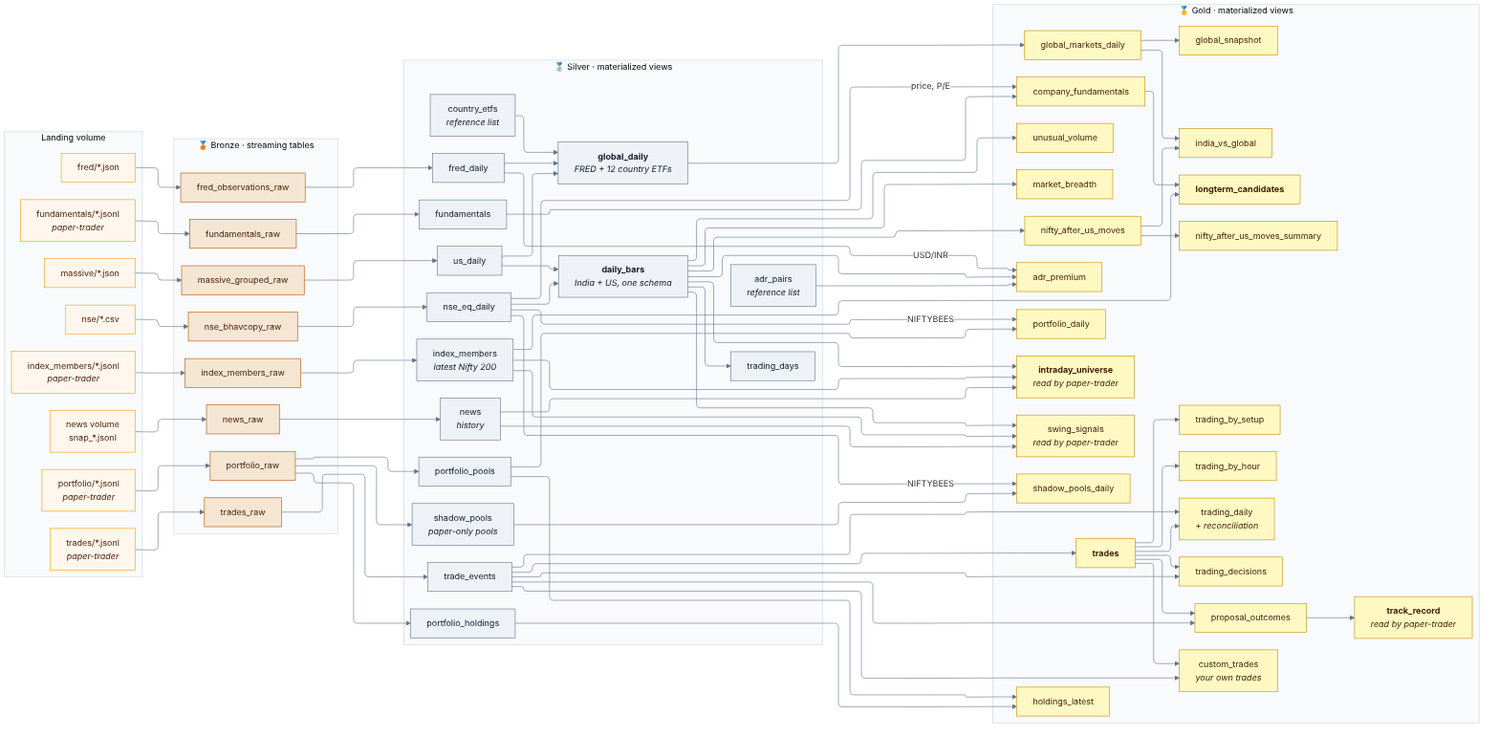
Above: docs/diagrams/03_lineage.png in bumblebee26/stocks_lakehouse (Mermaid), before the change. Its source is kept beside it as docs/diagrams/03_lineage.mmd. Source of this version:
```mermaid
---
config:
  layout: elk
  elk:
    mergeEdges: false
    nodePlacementStrategy: NETWORK_SIMPLEX
---
flowchart LR
    subgraph LAND["Landing volume"]
        direction TB
        LN["nse/*.csv"]
        LM["massive/*.json"]
        LF["fred/*.json"]
        LT["trades/*.jsonl<br/><i>paper-trader</i>"]
        LP["portfolio/*.jsonl<br/><i>paper-trader</i>"]
        LU["fundamentals/*.jsonl<br/><i>paper-trader</i>"]
        LI["index_members/*.jsonl<br/><i>paper-trader</i>"]
        LW["news volume<br/>snap_*.jsonl"]
    end

    subgraph B["🥉 Bronze · streaming tables"]
        direction TB
        B1["nse_bhavcopy_raw"]
        B2["massive_grouped_raw"]
        B3["fred_observations_raw"]
        B4["trades_raw"]
        B5["portfolio_raw"]
        B6["fundamentals_raw"]
        B7["index_members_raw"]
        B8["news_raw"]
    end

    subgraph S["🥈 Silver · materialized views"]
        direction TB
        S1["nse_eq_daily"]
        S2["us_daily"]
        S3["<b>daily_bars</b><br/><i>India + US, one schema</i>"]
        S4["trading_days"]
        S5["fred_daily"]
        S6["<b>global_daily</b><br/><i>FRED + 12 country ETFs</i>"]
        S7["trade_events"]
        S8["portfolio_pools"]
        S9["portfolio_holdings"]
        S10["fundamentals"]
        S11["index_members<br/><i>latest Nifty 200</i>"]
        S12["news<br/><i>history</i>"]
        S13["country_etfs<br/><i>reference list</i>"]
        S14["adr_pairs<br/><i>reference list</i>"]
        S15["shadow_pools<br/><i>paper-only pools</i>"]
    end

    subgraph G["🥇 Gold · materialized views"]
        direction TB
        G1["unusual_volume"]
        G2["market_breadth"]
        G3["nifty_after_us_moves"]
        G4["nifty_after_us_moves_summary"]
        G5["adr_premium"]
        G6["global_markets_daily"]
        G7["global_snapshot"]
        G8["india_vs_global"]
        G9["<b>trades</b>"]
        G10["trading_daily<br/><i>+ reconciliation</i>"]
        G11["trading_by_setup"]
        G12["trading_by_hour"]
        G13["trading_decisions"]
        G14["portfolio_daily"]
        G15["holdings_latest"]
        G16["company_fundamentals"]
        G17["<b>longterm_candidates</b>"]
        G18["proposal_outcomes"]
        G19["<b>track_record</b><br/><i>read by paper-trader</i>"]
        G20["custom_trades<br/><i>your own trades</i>"]
        G21["<b>intraday_universe</b><br/><i>read by paper-trader</i>"]
        G22["swing_signals<br/><i>read by paper-trader</i>"]
        G23["shadow_pools_daily"]
    end

    LN --> B1 --> S1 --> S3
    LM --> B2 --> S2 --> S3
    LF --> B3 --> S5 --> S6
    S2 --> S6
    S13 --> S6
    S3 --> S4
    S3 --> G1
    S3 --> G2
    S3 --> G3 --> G4
    S3 --> G5
    S14 --> G5
    S5 -- "USD/INR" --> G5
    S6 --> G6 --> G7
    G6 --> G8
    G3 --> G8
    LT --> B4 --> S7 --> G9
    G9 --> G10
    S7 --> G10
    G9 --> G11
    G9 --> G12
    G9 --> G13
    S7 --> G13
    S7 --> G18
    G9 --> G18 --> G19
    LP --> B5
    B5 --> S8
    B5 --> S9
    S8 --> G14
    S1 -- "NIFTYBEES" --> G14
    S9 --> G15
    S8 --> G15
    LU --> B6 --> S10 --> G16
    S1 -- "price, P/E" --> G16
    LI --> B7 --> S11 --> G17
    G16 --> G17
    LW --> B8 --> S12
    G9 --> G20
    S7 --> G20
    B5 --> S15 --> G23
    S1 -- "NIFTYBEES" --> G23
    S3 --> G21
    S11 --> G21
    S12 --> G21
    S3 --> G22
    S11 --> G22
    S12 --> G22

    classDef land fill:#fff7ed,stroke:#f59e0b,color:#451a03
    classDef bronze fill:#f5e6d3,stroke:#b45309,color:#451a03
    classDef silver fill:#eef2f6,stroke:#64748b,color:#0f172a
    classDef gold fill:#fef9c3,stroke:#ca8a04,color:#422006
    class LN,LM,LF,LT,LP,LU,LI,LW land
    class B1,B2,B3,B4,B5,B6,B7,B8 bronze
    class S1,S2,S3,S4,S5,S6,S7,S8,S9,S10,S11,S12,S13,S14,S15 silver
    class G1,G2,G3,G4,G5,G6,G7,G8,G9,G10,G11,G12,G13,G14,G15,G16,G17,G18,G19,G20,G21,G22,G23 gold
```
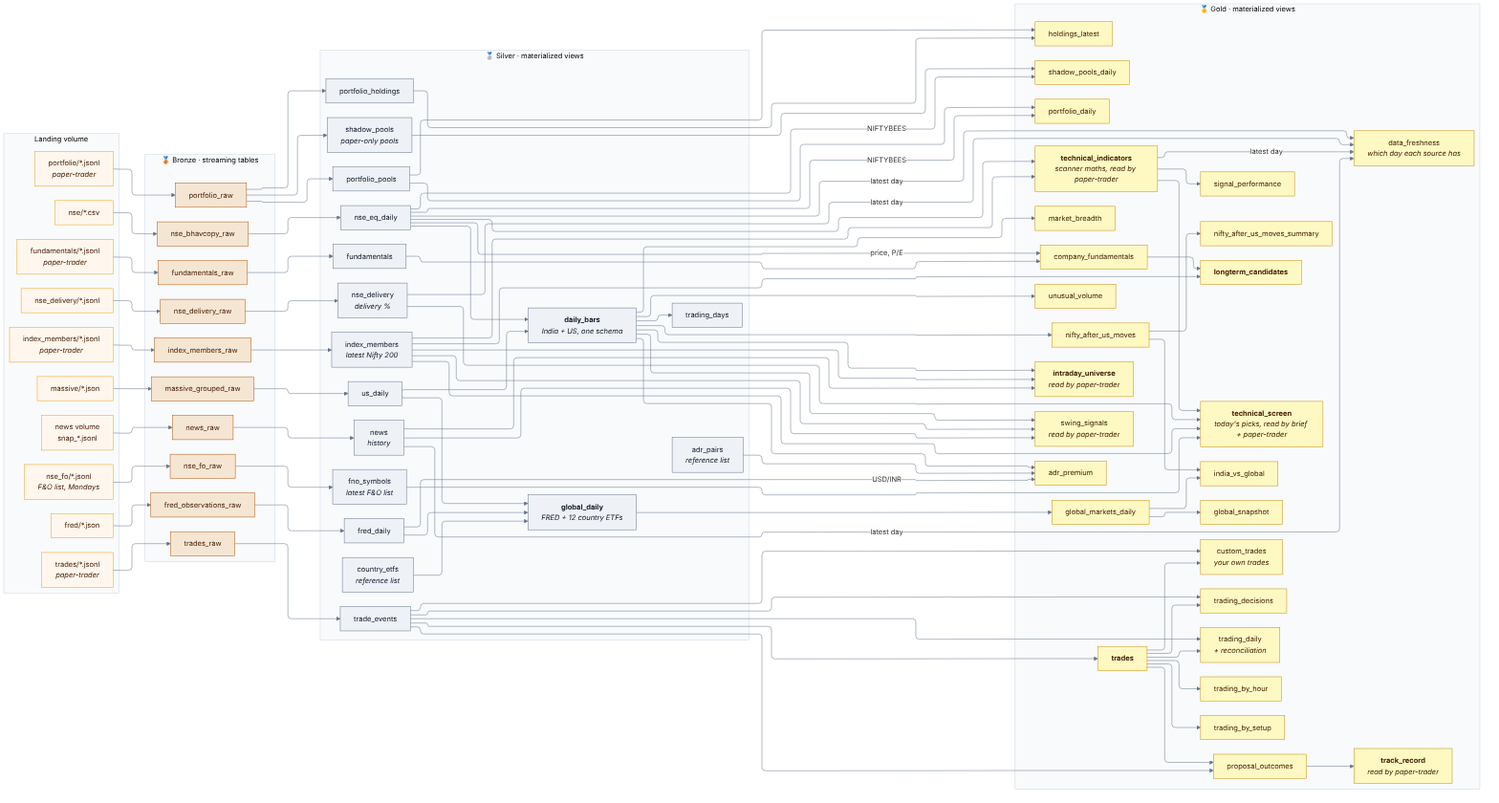
After the change.

Diff of the diagram source:
```diff
@@ -9,6 +9,8 @@
     subgraph LAND["Landing volume"]
         direction TB
         LN["nse/*.csv"]
+        LD["nse_delivery/*.jsonl"]
+        LO["nse_fo/*.jsonl<br/><i>F&amp;O list, Mondays</i>"]
         LM["massive/*.json"]
         LF["fred/*.json"]
         LT["trades/*.jsonl<br/><i>paper-trader</i>"]
@@ -28,6 +30,8 @@
         B6["fundamentals_raw"]
         B7["index_members_raw"]
         B8["news_raw"]
+        B9["nse_delivery_raw"]
+        B10["nse_fo_raw"]
     end
 
     subgraph S["🥈 Silver · materialized views"]
@@ -47,6 +51,8 @@
         S13["country_etfs<br/><i>reference list</i>"]
         S14["adr_pairs<br/><i>reference list</i>"]
         S15["shadow_pools<br/><i>paper-only pools</i>"]
+        S16["nse_delivery<br/><i>delivery %</i>"]
+        S17["fno_symbols<br/><i>latest F&amp;O list</i>"]
     end
 
     subgraph G["🥇 Gold · materialized views"]
@@ -74,6 +80,10 @@
         G21["<b>intraday_universe</b><br/><i>read by paper-trader</i>"]
         G22["swing_signals<br/><i>read by paper-trader</i>"]
         G23["shadow_pools_daily"]
+        G24["<b>technical_indicators</b><br/><i>scanner maths, read by paper-trader</i>"]
+        G25["<b>technical_screen</b><br/><i>today's picks, read by brief + paper-trader</i>"]
+        G26["signal_performance"]
+        G27["data_freshness<br/><i>which day each source has</i>"]
     end
 
     LN --> B1 --> S1 --> S3
@@ -122,12 +132,22 @@
     S3 --> G22
     S11 --> G22
     S12 --> G22
+    LD --> B9 --> S16
+    LO --> B10 --> S17
+    S1 --> G24
+    S11 --> G24
+    G24 --> G25
+    S11 --> G25
+    S16 --> G25
+    S17 --> G25
+    G24 --> G26
+    S1 & S16 & S12 & G24 -- "latest day" --> G27
 
     classDef land fill:#fff7ed,stroke:#f59e0b,color:#451a03
     classDef bronze fill:#f5e6d3,stroke:#b45309,color:#451a03
     classDef silver fill:#eef2f6,stroke:#64748b,color:#0f172a
     classDef gold fill:#fef9c3,stroke:#ca8a04,color:#422006
-    class LN,LM,LF,LT,LP,LU,LI,LW land
-    class B1,B2,B3,B4,B5,B6,B7,B8 bronze
-    class S1,S2,S3,S4,S5,S6,S7,S8,S9,S10,S11,S12,S13,S14,S15 silver
-    class G1,G2,G3,G4,G5,G6,G7,G8,G9,G10,G11,G12,G13,G14,G15,G16,G17,G18,G19,G20,G21,G22,G23 gold
+    class LN,LD,LO,LM,LF,LT,LP,LU,LI,LW land
+    class B1,B2,B3,B4,B5,B6,B7,B8,B9,B10 bronze
+    class S1,S2,S3,S4,S5,S6,S7,S8,S9,S10,S11,S12,S13,S14,S15,S16,S17 silver
+    class G1,G2,G3,G4,G5,G6,G7,G8,G9,G10,G11,G12,G13,G14,G15,G16,G17,G18,G19,G20,G21,G22,G23,G24,G25,G26,G27 gold
```
